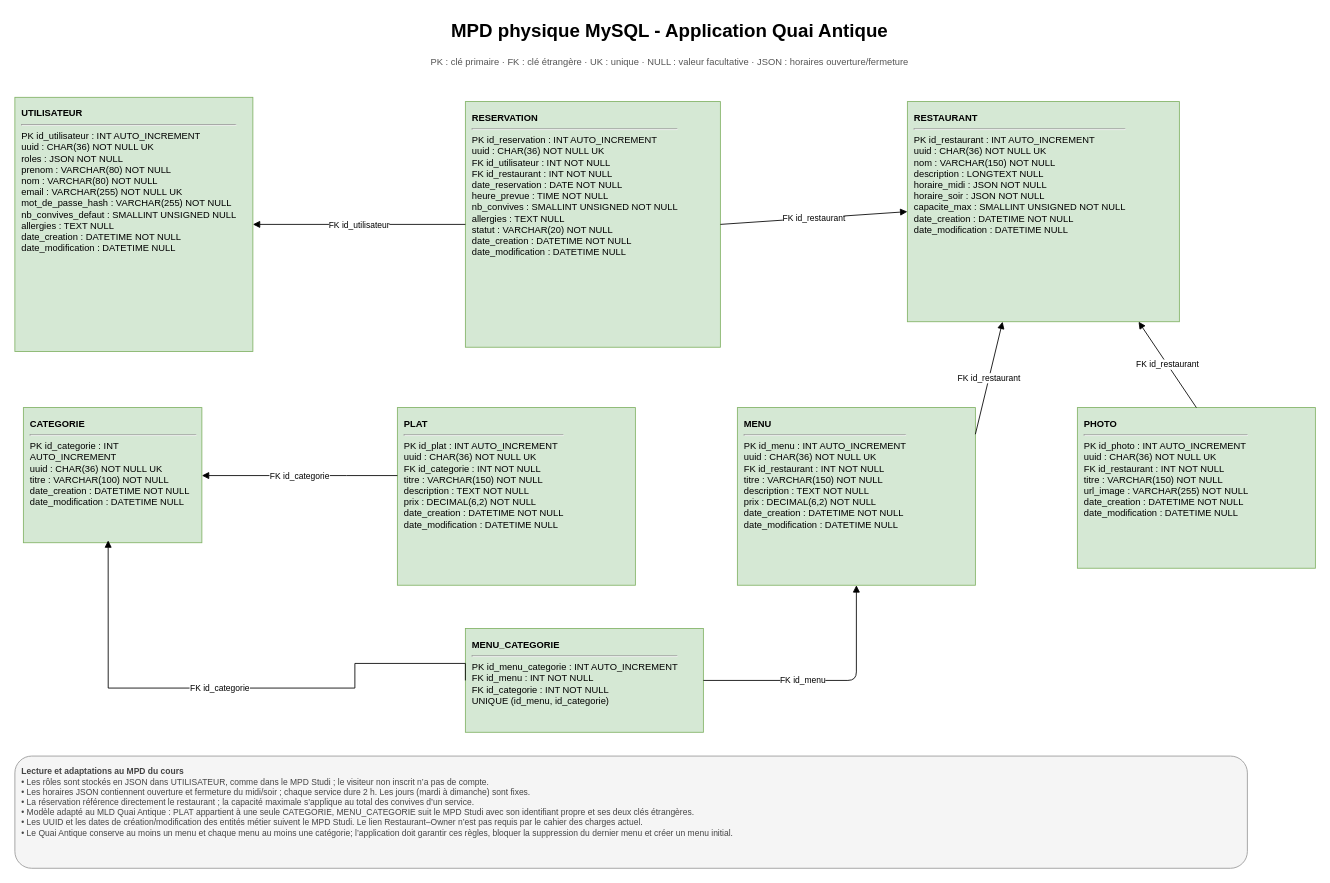
Above: page "05 - MPD Physique MySQL" (5 of 5) of docs/database/modelisation-quai-antique.drawio in elscribe/quai-antique (draw.io), before the change. Source tidied: cells renumbered, new cells numbered last; positions are measured from the earlier drawing's top-left corner, leaving out a move shared by most shapes. Both pictures are drawn from the tidied source at 85%, with x=0, y=0 at pixel (14, 14).
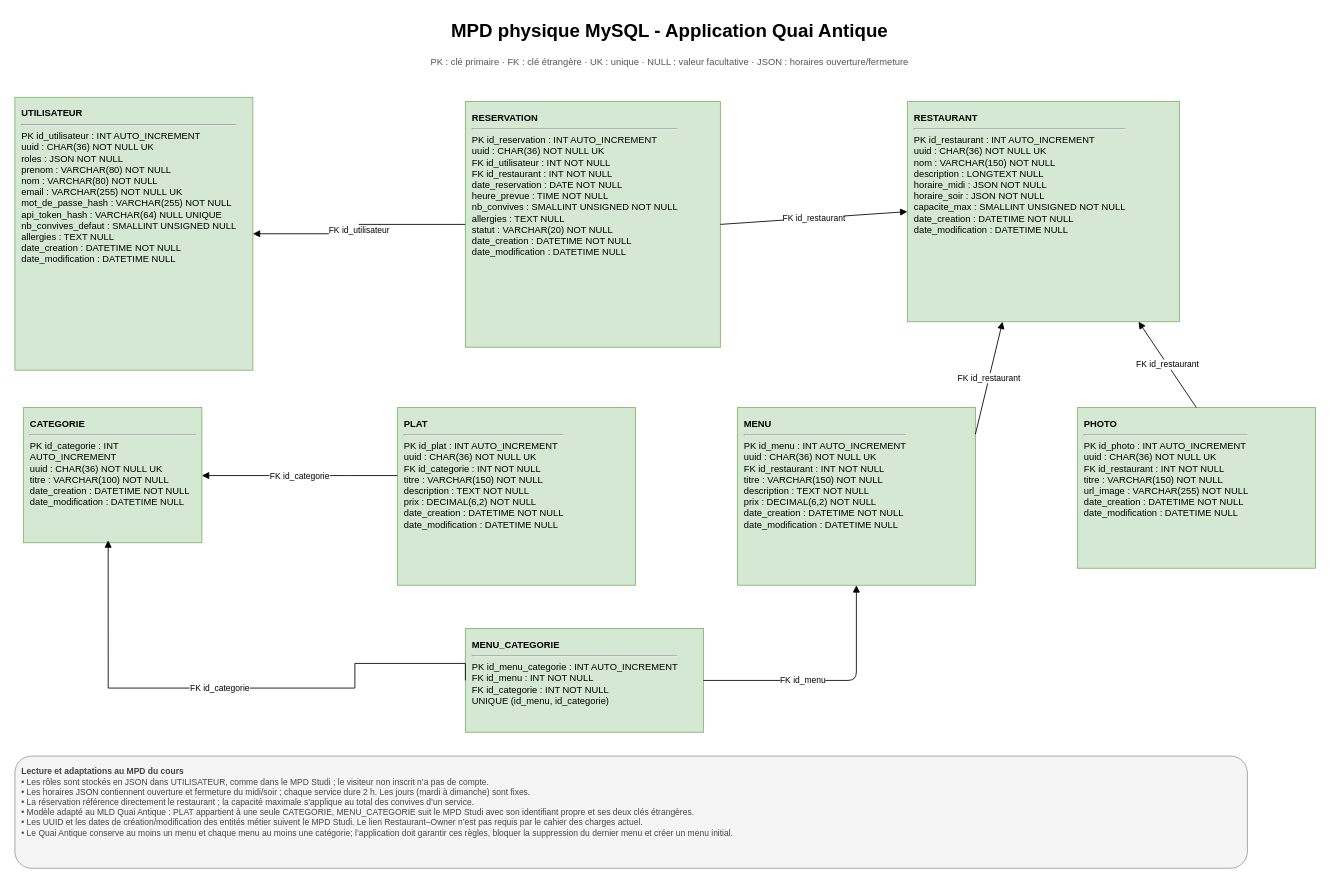
The same page after the edit.

Diff of the diagram source:
```diff
@@
-    <mxCell id="4" value="&lt;b&gt;UTILISATEUR&lt;/b&gt;&lt;hr/&gt;PK id_utilisateur : INT AUTO_INCREMENT&lt;br/&gt;uuid : CHAR(36) NOT NULL UK&lt;br/&gt;roles : JSON NOT NULL&lt;br/&gt;prenom : VARCHAR(80) NOT NULL&lt;br/&gt;nom : VARCHAR(80) NOT NULL&lt;br/&gt;email : VARCHAR(255) NOT NULL UK&lt;br/&gt;mot_de_passe_hash : VARCHAR(255) NOT NULL&lt;br/&gt;nb_convives_defaut : SMALLINT UNSIGNED NULL&lt;br/&gt;allergies : TEXT NULL&lt;br/&gt;date_creation : DATETIME NOT NULL&lt;br/&gt;date_modification : DATETIME NULL" style="rounded=0;whiteSpace=wrap;html=1;fillColor=#d5e8d4;strokeColor=#82b366;align=left;verticalAlign=top;spacing=8;fontSize=11;" parent="1" vertex="1">
-      <mxGeometry y="97" width="280" height="299" as="geometry" />
+    <mxCell id="4" value="&lt;b&gt;UTILISATEUR&lt;/b&gt;&lt;hr/&gt;PK id_utilisateur : INT AUTO_INCREMENT&lt;br/&gt;uuid : CHAR(36) NOT NULL UK&lt;br/&gt;roles : JSON NOT NULL&lt;br/&gt;prenom : VARCHAR(80) NOT NULL&lt;br/&gt;nom : VARCHAR(80) NOT NULL&lt;br/&gt;email : VARCHAR(255) NOT NULL UK&lt;br/&gt;mot_de_passe_hash : VARCHAR(255) NOT NULL&lt;br/&gt;api_token_hash : VARCHAR(64) NULL UNIQUE&lt;br/&gt;nb_convives_defaut : SMALLINT UNSIGNED NULL&lt;br/&gt;allergies : TEXT NULL&lt;br/&gt;date_creation : DATETIME NOT NULL&lt;br/&gt;date_modification : DATETIME NULL" style="rounded=0;whiteSpace=wrap;html=1;fillColor=#d5e8d4;strokeColor=#82b366;align=left;verticalAlign=top;spacing=8;fontSize=11;" parent="1" vertex="1">
+      <mxGeometry y="97" width="280" height="321" as="geometry" />
     </mxCell>
```
